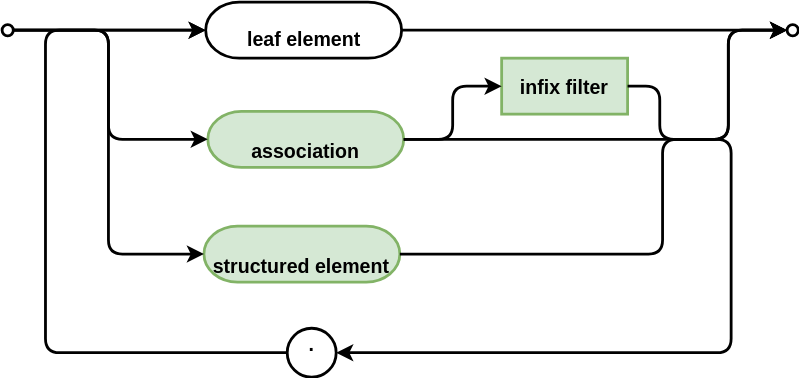
This is cds/assets/cxl/ref.drawio.svg from capire/docs, a draw.io export, as it was before one commit. Source tidied: cells renumbered, new cells last; positions are measured from the earlier drawing's top-left corner, leaving out a move shared by most shapes. Source of this version:
```xml
<mxGraphModel>
  <root>
    <mxCell id="0" />
    <mxCell id="1" parent="0" />
    <mxCell id="2" style="edgeStyle=none;html=1;entryX=0;entryY=0.5;entryDx=0;entryDy=0;strokeWidth=2;fontSize=14;verticalAlign=bottom;fontStyle=1;textDirection=ltr;" parent="1" edge="1" source="3" target="6">
      <mxGeometry relative="1" as="geometry" />
    </mxCell>
    <mxCell id="3" style="ellipse;whiteSpace=wrap;html=1;strokeWidth=2;fontSize=14;verticalAlign=bottom;fontStyle=1;textDirection=ltr;" parent="1" vertex="1">
      <mxGeometry y="16" width="8" height="8" as="geometry" />
    </mxCell>
    <mxCell id="4" style="ellipse;whiteSpace=wrap;html=1;strokeWidth=2;fontSize=14;verticalAlign=bottom;fontStyle=1;textDirection=ltr;" parent="1" vertex="1">
      <mxGeometry x="561" y="16" width="8" height="8" as="geometry" />
    </mxCell>
    <mxCell id="5" style="edgeStyle=elbowEdgeStyle;html=1;labelBackgroundColor=none;rounded=1;elbow=horizontal;endArrow=classic;endFill=1;align=left;exitX=1;exitY=0.5;exitDx=0;exitDy=0;entryX=0;entryY=0.5;entryDx=0;entryDy=0;strokeWidth=2;fontSize=14;verticalAlign=bottom;fontStyle=1;textDirection=ltr;" parent="1" edge="1" source="6" target="4">
      <mxGeometry relative="1" as="geometry" />
    </mxCell>
    <object id="6" label="leaf element" placeholders="1">
      <mxCell style="align=center;newEdgeStyle={&quot;edgeStyle&quot;:&quot;entityRelationEdgeStyle&quot;,&quot;startArrow&quot;:&quot;none&quot;,&quot;endArrow&quot;:&quot;none&quot;,&quot;segment&quot;:10,&quot;curved&quot;:1,&quot;sourcePerimeterSpacing&quot;:0,&quot;targetPerimeterSpacing&quot;:0};strokeWidth=2;fontSize=14;verticalAlign=bottom;fontStyle=1;textDirection=ltr;spacing=4;rounded=1;whiteSpace=wrap;html=1;arcSize=60;" parent="1" vertex="1">
        <mxGeometry x="145.5" width="140" height="40" as="geometry" />
      </mxCell>
    </object>
    <mxCell id="7" value="structured element" style="align=center;newEdgeStyle={&quot;edgeStyle&quot;:&quot;entityRelationEdgeStyle&quot;,&quot;startArrow&quot;:&quot;none&quot;,&quot;endArrow&quot;:&quot;none&quot;,&quot;segment&quot;:10,&quot;curved&quot;:1,&quot;sourcePerimeterSpacing&quot;:0,&quot;targetPerimeterSpacing&quot;:0};fontStyle=1;verticalAlign=bottom;fontSize=14;textDirection=ltr;strokeWidth=2;fillColor=#d5e8d4;strokeColor=#82b366;rounded=1;whiteSpace=wrap;html=1;arcSize=60;" parent="1" vertex="1">
      <mxGeometry x="144.2" y="160" width="140" height="40" as="geometry" />
    </mxCell>
    <mxCell id="8" value="association" style="align=center;newEdgeStyle={&quot;edgeStyle&quot;:&quot;entityRelationEdgeStyle&quot;,&quot;startArrow&quot;:&quot;none&quot;,&quot;endArrow&quot;:&quot;none&quot;,&quot;segment&quot;:10,&quot;curved&quot;:1,&quot;sourcePerimeterSpacing&quot;:0,&quot;targetPerimeterSpacing&quot;:0};fontStyle=1;verticalAlign=bottom;fontSize=14;textDirection=ltr;strokeWidth=2;fillColor=#d5e8d4;strokeColor=#82b366;rounded=1;whiteSpace=wrap;html=1;arcSize=60;" parent="1" vertex="1">
      <mxGeometry x="147" y="78" width="140" height="40" as="geometry" />
    </mxCell>
    <mxCell id="9" value="infix filter" style="rounded=0;strokeWidth=2;arcSize=37;fontStyle=1;verticalAlign=middle;fontSize=14;textDirection=ltr;fillColor=#d5e8d4;strokeColor=#82b366;" parent="1" vertex="1">
      <mxGeometry x="357" y="40" width="90" height="40" as="geometry" />
    </mxCell>
    <mxCell id="10" style="edgeStyle=orthogonalEdgeStyle;rounded=1;jettySize=auto;exitX=1;exitY=0.5;exitDx=0;exitDy=0;startArrow=none;startFill=0;endArrow=classic;endFill=1;startSize=6;endSize=6;align=center;fontSize=12;labelBackgroundColor=none;entryX=0;entryY=0.5;entryDx=0;entryDy=0;strokeWidth=2;verticalAlign=bottom;" parent="1" edge="1" source="9" target="4">
      <mxGeometry relative="1" as="geometry">
        <Array as="points">
          <mxPoint x="470" y="60" />
          <mxPoint x="470" y="98" />
          <mxPoint x="519" y="98" />
          <mxPoint x="519" y="20" />
        </Array>
      </mxGeometry>
    </mxCell>
    <mxCell id="11" style="edgeStyle=orthogonalEdgeStyle;rounded=1;jettySize=auto;html=1;startArrow=none;startFill=0;endArrow=classic;endFill=1;startSize=6;endSize=6;align=center;fontSize=12;labelBackgroundColor=none;entryX=0;entryY=0.5;entryDx=0;entryDy=0;exitX=1;exitY=0.5;exitDx=0;exitDy=0;strokeWidth=2;verticalAlign=bottom;" parent="1" edge="1" source="3" target="7">
      <mxGeometry relative="1" as="geometry">
        <Array as="points">
          <mxPoint x="76" y="20" />
          <mxPoint x="76" y="180" />
        </Array>
      </mxGeometry>
    </mxCell>
    <mxCell id="12" style="edgeStyle=orthogonalEdgeStyle;rounded=1;jettySize=auto;html=1;startArrow=none;startFill=0;endArrow=classic;endFill=1;startSize=6;endSize=6;align=center;fontSize=12;labelBackgroundColor=none;exitX=1;exitY=0.5;exitDx=0;exitDy=0;entryX=0;entryY=0.5;entryDx=0;entryDy=0;strokeWidth=2;verticalAlign=bottom;" parent="1" edge="1" source="3" target="8">
      <mxGeometry relative="1" as="geometry">
        <Array as="points">
          <mxPoint x="76" y="20" />
          <mxPoint x="76" y="98" />
        </Array>
      </mxGeometry>
    </mxCell>
    <mxCell id="13" style="edgeStyle=orthogonalEdgeStyle;rounded=1;jettySize=auto;html=1;exitX=1;exitY=0.5;exitDx=0;exitDy=0;entryX=0;entryY=0.5;entryDx=0;entryDy=0;startArrow=none;startFill=0;endArrow=classic;endFill=1;startSize=6;endSize=6;align=center;fontSize=12;labelBackgroundColor=none;strokeWidth=2;verticalAlign=bottom;" parent="1" edge="1" source="8" target="9">
      <mxGeometry relative="1" as="geometry" />
    </mxCell>
    <mxCell id="14" style="edgeStyle=orthogonalEdgeStyle;rounded=1;jettySize=auto;html=1;exitX=1;exitY=0.5;exitDx=0;exitDy=0;startArrow=none;startFill=0;endArrow=classic;endFill=1;startSize=6;endSize=6;align=center;fontSize=12;labelBackgroundColor=none;entryX=1;entryY=0.5;entryDx=0;entryDy=0;strokeWidth=2;verticalAlign=bottom;" parent="1" edge="1" source="8" target="15">
      <mxGeometry relative="1" as="geometry">
        <Array as="points">
          <mxPoint x="521" y="98" />
          <mxPoint x="521" y="251" />
          <mxPoint x="239" y="251" />
        </Array>
      </mxGeometry>
    </mxCell>
    <mxCell id="15" value="." style="whiteSpace=wrap;html=1;fontStyle=1;fontSize=14;verticalAlign=middle;spacingBottom=11;strokeWidth=2;textDirection=ltr;spacing=0;rounded=1;arcSize=60;labelPosition=center;verticalLabelPosition=middle;align=center;" parent="1" vertex="1">
      <mxGeometry x="203.8" y="233" width="35" height="35" as="geometry" />
    </mxCell>
    <mxCell id="16" style="edgeStyle=orthogonalEdgeStyle;rounded=1;jettySize=auto;html=1;exitX=0;exitY=0.5;exitDx=0;exitDy=0;entryX=0;entryY=0.5;entryDx=0;entryDy=0;startArrow=none;startFill=0;endArrow=classic;endFill=1;startSize=6;endSize=6;align=center;fontSize=12;labelBackgroundColor=none;strokeWidth=2;verticalAlign=bottom;" parent="1" edge="1" source="15" target="6">
      <mxGeometry relative="1" as="geometry">
        <Array as="points">
          <mxPoint x="31" y="251" />
          <mxPoint x="31" y="20" />
        </Array>
      </mxGeometry>
    </mxCell>
    <mxCell id="17" style="edgeStyle=orthogonalEdgeStyle;rounded=1;jettySize=auto;html=1;exitX=1;exitY=0.5;exitDx=0;exitDy=0;entryX=0;entryY=0.5;entryDx=0;entryDy=0;startArrow=none;startFill=0;endArrow=classic;endFill=1;startSize=6;endSize=6;align=center;fontSize=12;labelBackgroundColor=none;strokeWidth=2;verticalAlign=bottom;" parent="1" edge="1" source="7" target="4">
      <mxGeometry relative="1" as="geometry">
        <Array as="points">
          <mxPoint x="472" y="180" />
          <mxPoint x="472" y="98" />
          <mxPoint x="519" y="98" />
          <mxPoint x="519" y="20" />
        </Array>
      </mxGeometry>
    </mxCell>
  </root>
</mxGraphModel>
```
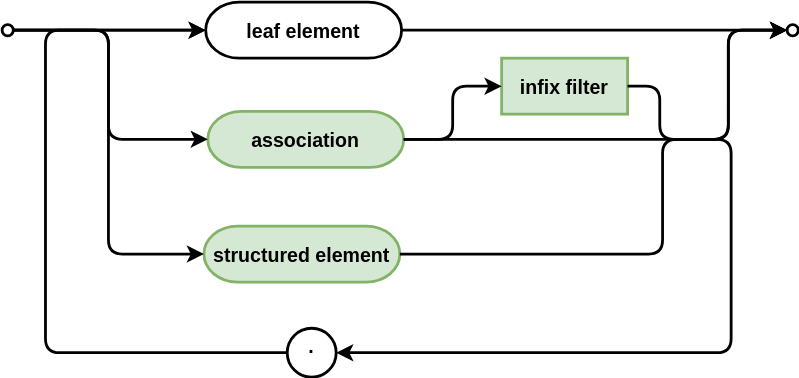
The same diagram one commit later.

What changed in the source:
```diff
@@ -15,14 +15,14 @@
       <mxGeometry relative="1" as="geometry" />
     </mxCell>
     <object id="6" label="leaf element" placeholders="1">
-      <mxCell style="align=center;newEdgeStyle={&quot;edgeStyle&quot;:&quot;entityRelationEdgeStyle&quot;,&quot;startArrow&quot;:&quot;none&quot;,&quot;endArrow&quot;:&quot;none&quot;,&quot;segment&quot;:10,&quot;curved&quot;:1,&quot;sourcePerimeterSpacing&quot;:0,&quot;targetPerimeterSpacing&quot;:0};strokeWidth=2;fontSize=14;verticalAlign=bottom;fontStyle=1;textDirection=ltr;spacing=4;rounded=1;whiteSpace=wrap;html=1;arcSize=60;" parent="1" vertex="1">
+      <mxCell style="align=center;newEdgeStyle={&quot;edgeStyle&quot;:&quot;entityRelationEdgeStyle&quot;,&quot;startArrow&quot;:&quot;none&quot;,&quot;endArrow&quot;:&quot;none&quot;,&quot;segment&quot;:10,&quot;curved&quot;:1,&quot;sourcePerimeterSpacing&quot;:0,&quot;targetPerimeterSpacing&quot;:0};strokeWidth=2;fontSize=14;verticalAlign=middle;fontStyle=1;textDirection=ltr;spacing=4;rounded=1;arcSize=60;" parent="1" vertex="1">
         <mxGeometry x="145.5" width="140" height="40" as="geometry" />
       </mxCell>
     </object>
-    <mxCell id="7" value="structured element" style="align=center;newEdgeStyle={&quot;edgeStyle&quot;:&quot;entityRelationEdgeStyle&quot;,&quot;startArrow&quot;:&quot;none&quot;,&quot;endArrow&quot;:&quot;none&quot;,&quot;segment&quot;:10,&quot;curved&quot;:1,&quot;sourcePerimeterSpacing&quot;:0,&quot;targetPerimeterSpacing&quot;:0};fontStyle=1;verticalAlign=bottom;fontSize=14;textDirection=ltr;strokeWidth=2;fillColor=#d5e8d4;strokeColor=#82b366;rounded=1;whiteSpace=wrap;html=1;arcSize=60;" parent="1" vertex="1">
+    <mxCell id="7" value="structured element" style="align=center;newEdgeStyle={&quot;edgeStyle&quot;:&quot;entityRelationEdgeStyle&quot;,&quot;startArrow&quot;:&quot;none&quot;,&quot;endArrow&quot;:&quot;none&quot;,&quot;segment&quot;:10,&quot;curved&quot;:1,&quot;sourcePerimeterSpacing&quot;:0,&quot;targetPerimeterSpacing&quot;:0};fontStyle=1;verticalAlign=middle;fontSize=14;textDirection=ltr;strokeWidth=2;fillColor=#d5e8d4;strokeColor=#82b366;rounded=1;arcSize=60;" parent="1" vertex="1">
       <mxGeometry x="144.2" y="160" width="140" height="40" as="geometry" />
     </mxCell>
-    <mxCell id="8" value="association" style="align=center;newEdgeStyle={&quot;edgeStyle&quot;:&quot;entityRelationEdgeStyle&quot;,&quot;startArrow&quot;:&quot;none&quot;,&quot;endArrow&quot;:&quot;none&quot;,&quot;segment&quot;:10,&quot;curved&quot;:1,&quot;sourcePerimeterSpacing&quot;:0,&quot;targetPerimeterSpacing&quot;:0};fontStyle=1;verticalAlign=bottom;fontSize=14;textDirection=ltr;strokeWidth=2;fillColor=#d5e8d4;strokeColor=#82b366;rounded=1;whiteSpace=wrap;html=1;arcSize=60;" parent="1" vertex="1">
+    <mxCell id="8" value="association" style="align=center;newEdgeStyle={&quot;edgeStyle&quot;:&quot;entityRelationEdgeStyle&quot;,&quot;startArrow&quot;:&quot;none&quot;,&quot;endArrow&quot;:&quot;none&quot;,&quot;segment&quot;:10,&quot;curved&quot;:1,&quot;sourcePerimeterSpacing&quot;:0,&quot;targetPerimeterSpacing&quot;:0};fontStyle=1;verticalAlign=middle;fontSize=14;textDirection=ltr;strokeWidth=2;fillColor=#d5e8d4;strokeColor=#82b366;rounded=1;arcSize=60;" parent="1" vertex="1">
       <mxGeometry x="147" y="78" width="140" height="40" as="geometry" />
     </mxCell>
     <mxCell id="9" value="infix filter" style="rounded=0;strokeWidth=2;arcSize=37;fontStyle=1;verticalAlign=middle;fontSize=14;textDirection=ltr;fillColor=#d5e8d4;strokeColor=#82b366;" parent="1" vertex="1">
@@ -66,7 +66,7 @@
         </Array>
       </mxGeometry>
     </mxCell>
-    <mxCell id="15" value="." style="whiteSpace=wrap;html=1;fontStyle=1;fontSize=14;verticalAlign=middle;spacingBottom=11;strokeWidth=2;textDirection=ltr;spacing=0;rounded=1;arcSize=60;labelPosition=center;verticalLabelPosition=middle;align=center;" parent="1" vertex="1">
+    <mxCell id="15" value="." style="fontStyle=1;fontSize=14;verticalAlign=middle;spacingBottom=11;strokeWidth=2;textDirection=ltr;spacing=0;rounded=1;arcSize=60;labelPosition=center;verticalLabelPosition=middle;align=center;" parent="1" vertex="1">
       <mxGeometry x="203.8" y="233" width="35" height="35" as="geometry" />
     </mxCell>
     <mxCell id="16" style="edgeStyle=orthogonalEdgeStyle;rounded=1;jettySize=auto;html=1;exitX=0;exitY=0.5;exitDx=0;exitDy=0;entryX=0;entryY=0.5;entryDx=0;entryDy=0;startArrow=none;startFill=0;endArrow=classic;endFill=1;startSize=6;endSize=6;align=center;fontSize=12;labelBackgroundColor=none;strokeWidth=2;verticalAlign=bottom;" parent="1" edge="1" source="15" target="6">
```
